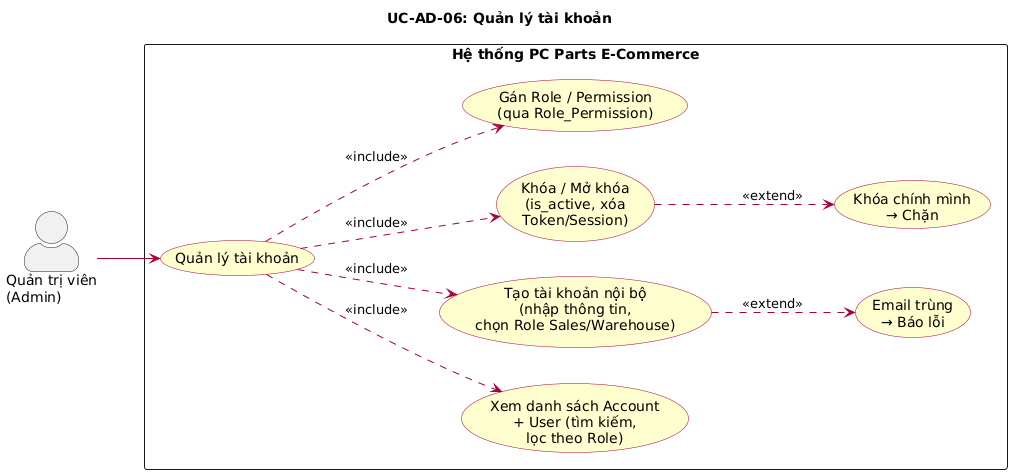
Before: docs/diagrams/images/uc_AD06_quan_ly_tai_khoan.png, a diagram exported from PlantUML (huuhieu56/PC-Parts-ECommerce). The source it was exported from:
```plantuml
@startuml
left to right direction
skinparam actorStyle awesome
skinparam packageStyle rectangle
skinparam usecase {
  BackgroundColor #FEFECE
  BorderColor #A80036
  ArrowColor #A80036
}

title UC-AD-06: Quản lý tài khoản

actor "Quản trị viên\n(Admin)" as Admin

rectangle "Hệ thống PC Parts E-Commerce" {
  usecase "Quản lý tài khoản" as UC_ACC
  usecase "Xem danh sách Account\n+ User (tìm kiếm,\nlọc theo Role)" as UC_LIST
  usecase "Tạo tài khoản nội bộ\n(nhập thông tin,\nchọn Role Sales/Warehouse)" as UC_CREATE
  usecase "Khóa / Mở khóa\n(is_active, xóa\nToken/Session)" as UC_LOCK
  usecase "Gán Role / Permission\n(qua Role_Permission)" as UC_ROLE
  usecase "Khóa chính mình\n→ Chặn" as UC_ERR_SELF
  usecase "Email trùng\n→ Báo lỗi" as UC_ERR_DUP
}

Admin --> UC_ACC

UC_ACC ..> UC_LIST : <<include>>
UC_ACC ..> UC_CREATE : <<include>>
UC_ACC ..> UC_LOCK : <<include>>
UC_ACC ..> UC_ROLE : <<include>>
UC_LOCK ..> UC_ERR_SELF : <<extend>>
UC_CREATE ..> UC_ERR_DUP : <<extend>>
@enduml
```
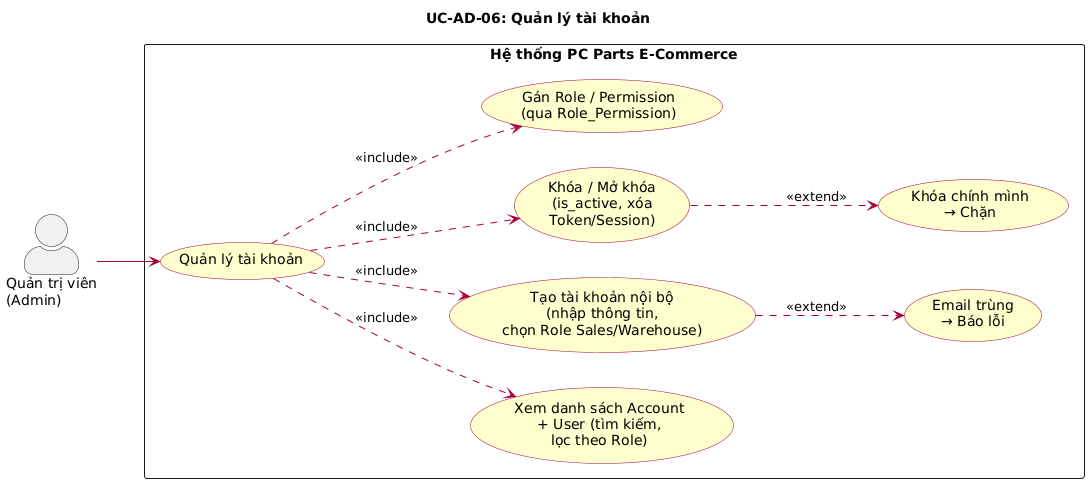
The same diagram one commit later.

Diff of the diagram source:
```diff
@@ -1,4 +1,4 @@
-@startuml
+@startuml uc_AD06_quan_ly_tai_khoan
 left to right direction
 skinparam actorStyle awesome
 skinparam packageStyle rectangle
@@ -30,4 +30,5 @@
 UC_ACC ..> UC_ROLE : <<include>>
 UC_LOCK ..> UC_ERR_SELF : <<extend>>
 UC_CREATE ..> UC_ERR_DUP : <<extend>>
+
 @enduml
```
